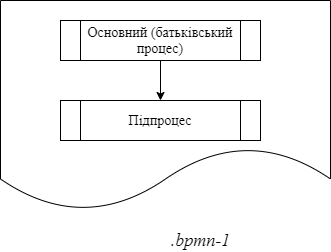
This is docs/en/modules/registry-develop/images/bp-modeling/bp/subprocesses/call-activities/call-activity-same-bpmn.png from epam/edp-ddm-architecture, a draw.io export, as it was before one commit. Source tidied: cells renumbered, new cells last; positions are measured from the earlier drawing's top-left corner, leaving out a move shared by most shapes.
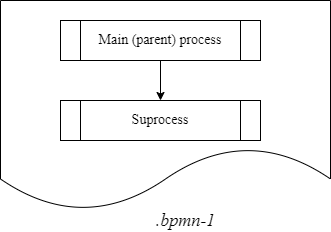
After the change.

Change to the diagram source:
```diff
@@ -8,14 +8,14 @@
     <mxCell id="3" style="edgeStyle=orthogonalEdgeStyle;rounded=0;jettySize=auto;html=1;" parent="1" edge="1" source="4" target="5">
       <mxGeometry relative="1" as="geometry" />
     </mxCell>
-    <mxCell id="4" value="&lt;font face=&quot;Times New Roman&quot;&gt;&lt;span style=&quot;font-size: 14px&quot;&gt;Основний (батьківський процес)&lt;/span&gt;&lt;/font&gt;" style="shape=process;whiteSpace=wrap;html=1;backgroundOutline=1;" parent="1" vertex="1">
+    <mxCell id="4" value="&lt;font face=&quot;Times New Roman&quot;&gt;&lt;span style=&quot;font-size: 14px;&quot;&gt;Main (parent) process&lt;/span&gt;&lt;/font&gt;" style="shape=process;whiteSpace=wrap;html=1;backgroundOutline=1;" parent="1" vertex="1">
       <mxGeometry x="60" y="20" width="200" height="40" as="geometry" />
     </mxCell>
-    <mxCell id="5" value="&lt;font face=&quot;Times New Roman&quot; style=&quot;font-size: 14px&quot;&gt;Підпроцес&lt;/font&gt;" style="shape=process;whiteSpace=wrap;html=1;backgroundOutline=1;" parent="1" vertex="1">
+    <mxCell id="5" value="&lt;font face=&quot;Times New Roman&quot; style=&quot;font-size: 14px&quot;&gt;Suprocess&lt;/font&gt;" style="shape=process;whiteSpace=wrap;html=1;backgroundOutline=1;" parent="1" vertex="1">
       <mxGeometry x="60" y="100" width="200" height="40" as="geometry" />
     </mxCell>
     <mxCell id="6" value="&lt;font style=&quot;font-size: 18px&quot; face=&quot;Times New Roman&quot;&gt;&lt;i&gt;.bpmn-1&lt;/i&gt;&lt;/font&gt;" style="text;html=1;align=center;verticalAlign=middle;strokeColor=none;fillColor=none;" parent="1" vertex="1">
-      <mxGeometry x="165" y="230" width="70" height="20" as="geometry" />
+      <mxGeometry x="150" y="210" width="70" height="20" as="geometry" />
     </mxCell>
   </root>
 </mxGraphModel>
```
